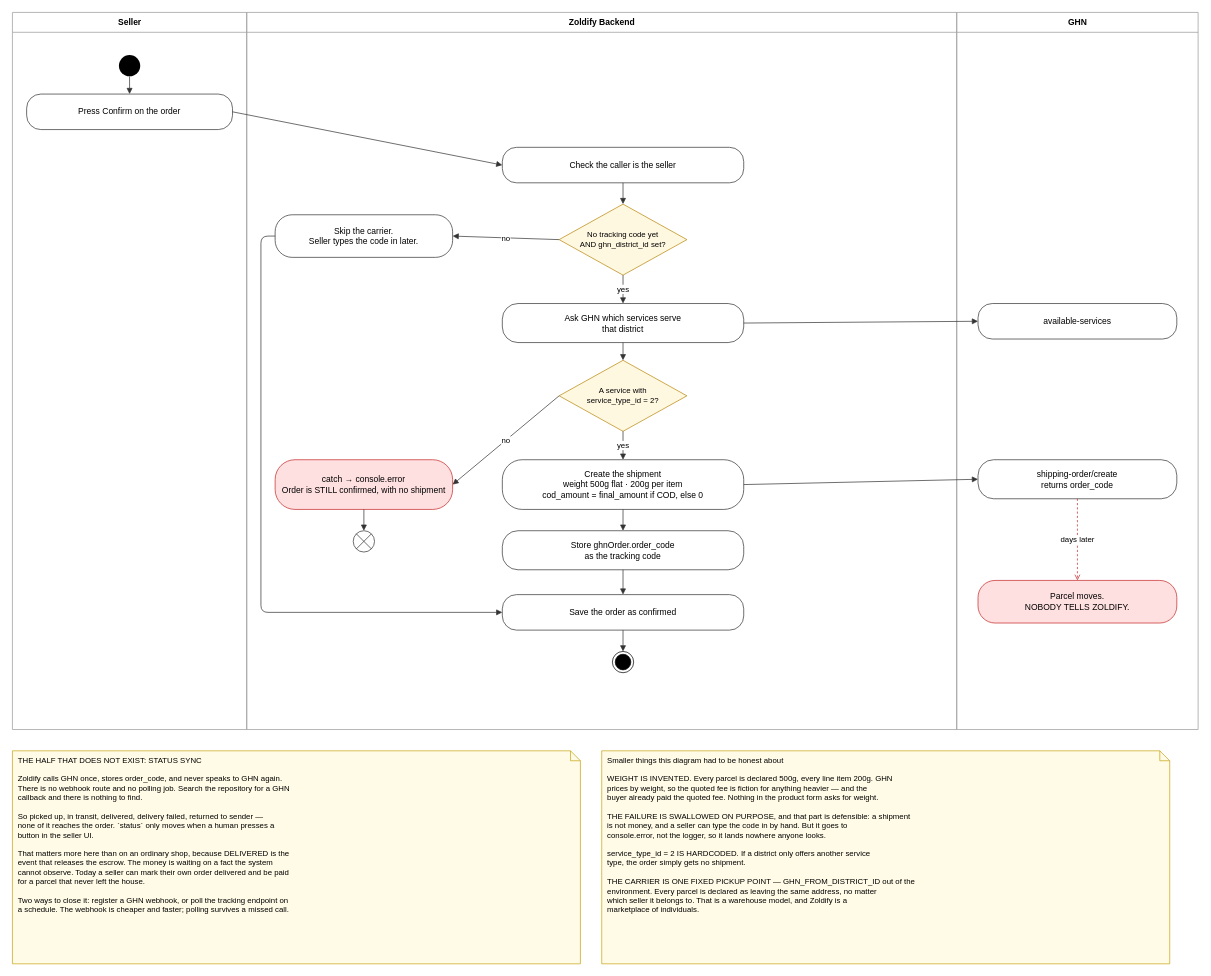
Above: page "Activity Diagram - GHN Shipment" (5 of 20) of docs/system-design/drawio/05-use-case-diagram.drawio in tdat-dev/Zoldify_Backend (draw.io), before the change. Source tidied: cells renumbered, new cells numbered last; positions are measured from the earlier drawing's top-left corner, leaving out a move shared by most shapes. Both pictures are drawn from the tidied source at 71%, with x=0, y=0 at pixel (12, 12).
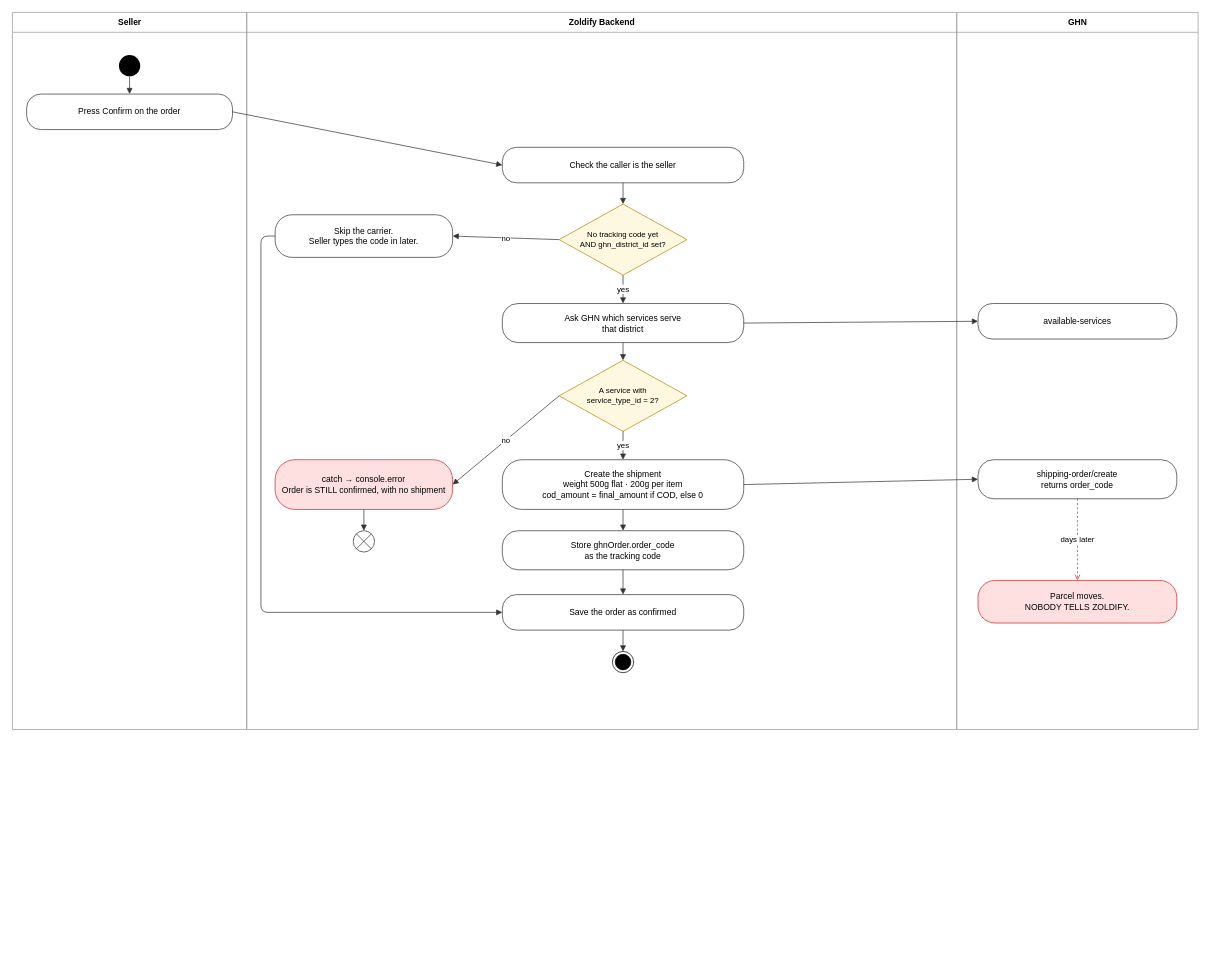
The same diagram, later.

Commit message (it also covers changes not shown here):
docs: add system design draw.io sequence, use case, and class diagrams

What changed in the source:
```diff
@@
-    <mxCell id="37" value="THE HALF THAT DOES NOT EXIST: STATUS SYNC&lt;br&gt;&lt;br&gt;Zoldify calls GHN once, stores order_code, and never speaks to GHN again.&lt;br&gt;There is no webhook route and no polling job. Search the repository for a GHN&lt;br&gt;callback and there is nothing to find.&lt;br&gt;&lt;br&gt;So picked up, in transit, delivered, delivery failed, returned to sender —&lt;br&gt;none of it reaches the order. `status` only moves when a human presses a&lt;br&gt;button in the seller UI.&lt;br&gt;&lt;br&gt;That matters more here than on an ordinary shop, because DELIVERED is the&lt;br&gt;event that releases the escrow. The money is waiting on a fact the system&lt;br&gt;cannot observe. Today a seller can mark their own order delivered and be paid&lt;br&gt;for a parcel that never left the house.&lt;br&gt;&lt;br&gt;Two ways to close it: register a GHN webhook, or poll the tracking endpoint on&lt;br&gt;a schedule. The webhook is cheaper and faster; polling survives a missed call." style="shape=note;whiteSpace=wrap;html=1;size=14;verticalAlign=top;align=left;spacingLeft=6;fontSize=11;fillColor=#fffbe6;strokeColor=#c8a415;" parent="1" vertex="1">
-      <mxGeometry y="1040" width="800" height="300" as="geometry" />
-    </mxCell>
-    <mxCell id="38" value="Smaller things this diagram had to be honest about&lt;br&gt;&lt;br&gt;WEIGHT IS INVENTED. Every parcel is declared 500g, every line item 200g. GHN&lt;br&gt;prices by weight, so the quoted fee is fiction for anything heavier — and the&lt;br&gt;buyer already paid the quoted fee. Nothing in the product form asks for weight.&lt;br&gt;&lt;br&gt;THE FAILURE IS SWALLOWED ON PURPOSE, and that part is defensible: a shipment&lt;br&gt;is not money, and a seller can type the code in by hand. But it goes to&lt;br&gt;console.error, not the logger, so it lands nowhere anyone looks.&lt;br&gt;&lt;br&gt;service_type_id = 2 IS HARDCODED. If a district only offers another service&lt;br&gt;type, the order simply gets no shipment.&lt;br&gt;&lt;br&gt;THE CARRIER IS ONE FIXED PICKUP POINT — GHN_FROM_DISTRICT_ID out of the&lt;br&gt;environment. Every parcel is declared as leaving the same address, no matter&lt;br&gt;which seller it belongs to. That is a warehouse model, and Zoldify is a&lt;br&gt;marketplace of individuals." style="shape=note;whiteSpace=wrap;html=1;size=14;verticalAlign=top;align=left;spacingLeft=6;fontSize=11;fillColor=#fffbe6;strokeColor=#c8a415;" parent="1" vertex="1">
-      <mxGeometry x="830" y="1040" width="800" height="300" as="geometry" />
-    </mxCell>
```
